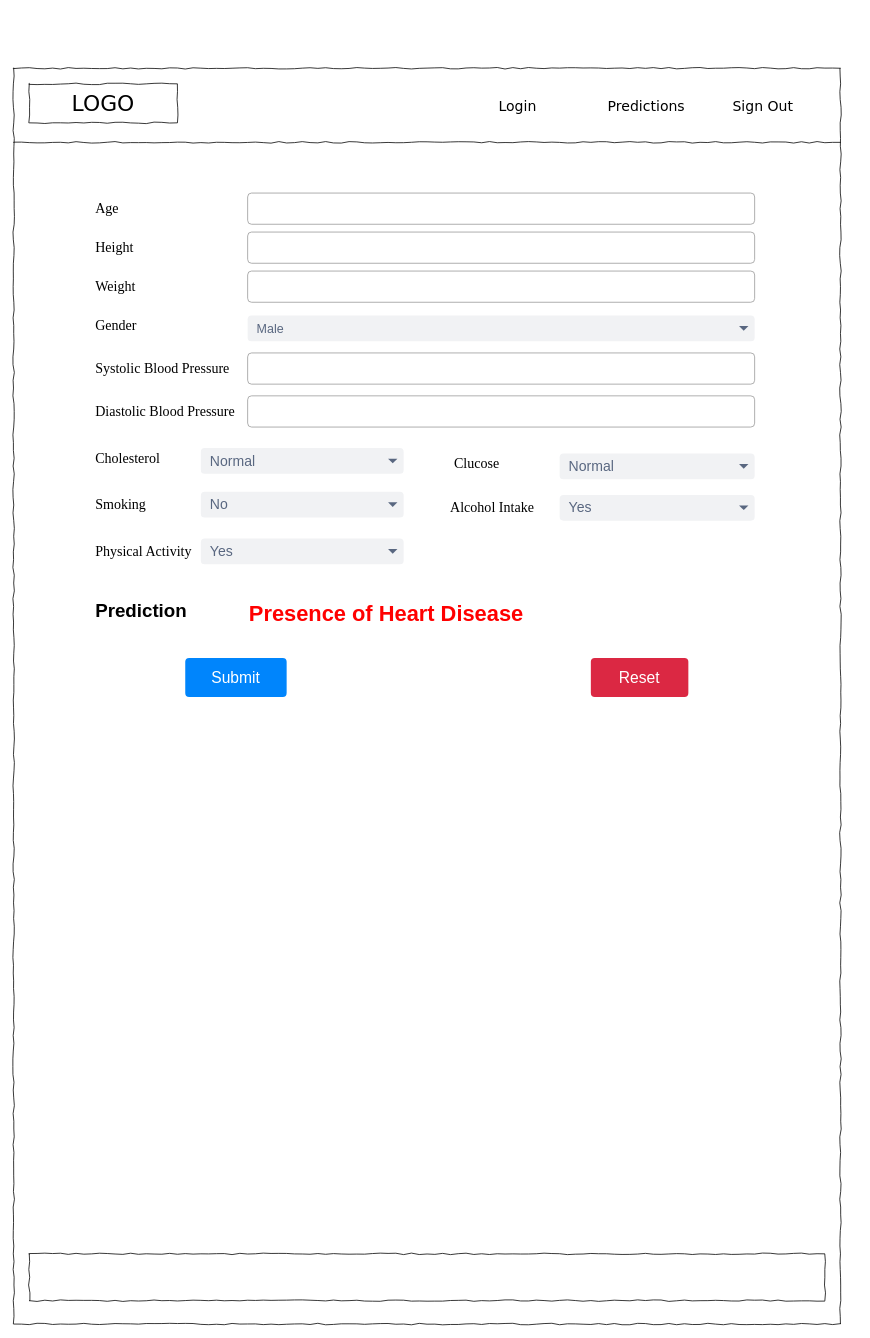
SheeNigami/heart-disease-predictor keeps this draw.io diagram as wireframes/Main Prediction Page.drawio. Above is the earlier version. Source tidied: cells renumbered, new cells numbered last; positions are measured from the earlier drawing's top-left corner, leaving out a move shared by most shapes. Both pictures are drawn from the tidied source at 78%, with x=0, y=0 at pixel (13, 68).
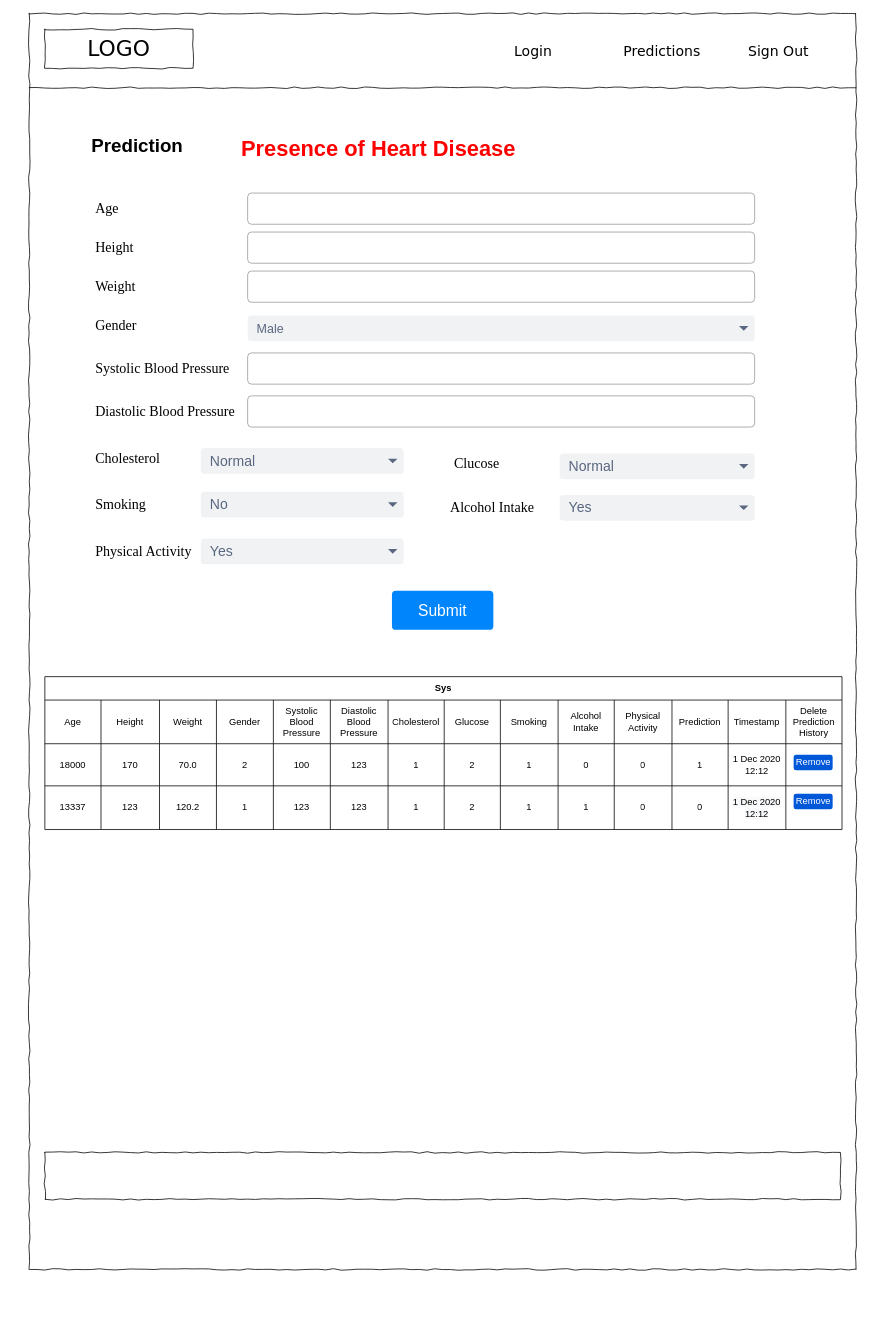
Above is the later version.

The edit, as a diff of the source:
```diff
@@
     <mxCell id="2" style="whiteSpace=wrap;html=1;rounded=0;shadow=0;labelBackgroundColor=none;strokeColor=#000000;strokeWidth=1;fillColor=none;fontFamily=Verdana;fontSize=12;fontColor=#000000;align=center;comic=1;" parent="1" vertex="1">
-      <mxGeometry width="1060" height="1610" as="geometry" />
+      <mxGeometry x="20" y="-70" width="1060" height="1610" as="geometry" />
     </mxCell>
     <mxCell id="3" value="LOGO" style="whiteSpace=wrap;html=1;rounded=0;shadow=0;labelBackgroundColor=none;strokeWidth=1;fontFamily=Verdana;fontSize=28;align=center;comic=1;" parent="1" vertex="1">
-      <mxGeometry x="20" y="20" width="190" height="50" as="geometry" />
+      <mxGeometry x="40" y="-50" width="190" height="50" as="geometry" />
     </mxCell>
     <mxCell id="4" style="line;strokeWidth=1;html=1;rounded=0;shadow=0;labelBackgroundColor=none;fillColor=none;fontFamily=Verdana;fontSize=14;fontColor=#000000;align=center;comic=1;" parent="1" vertex="1">
-      <mxGeometry y="90" width="1060" height="10" as="geometry" />
+      <mxGeometry x="20" y="20" width="1060" height="10" as="geometry" />
     </mxCell>
     <mxCell id="5" value="Login" style="text;html=1;align=left;verticalAlign=top;spacingTop=-4;fontSize=18;fontFamily=Verdana;" parent="1" vertex="1">
-      <mxGeometry x="620" y="35" width="60" height="20" as="geometry" />
+      <mxGeometry x="640" y="-35" width="60" height="20" as="geometry" />
     </mxCell>
     <mxCell id="6" value="Predictions" style="text;html=1;align=left;verticalAlign=top;spacingTop=-4;fontSize=18;fontFamily=Verdana;" parent="1" vertex="1">
-      <mxGeometry x="760" y="35" width="60" height="20" as="geometry" />
+      <mxGeometry x="780" y="-35" width="60" height="20" as="geometry" />
     </mxCell>
     <mxCell id="7" value="Sign Out" style="text;html=1;align=left;verticalAlign=top;spacingTop=-4;fontSize=18;fontFamily=Verdana;" parent="1" vertex="1">
-      <mxGeometry x="920" y="35" width="60" height="20" as="geometry" />
+      <mxGeometry x="940" y="-35" width="60" height="20" as="geometry" />
     </mxCell>
     <mxCell id="8" value="&lt;div style=&quot;text-align: justify&quot;&gt;&lt;br&gt;&lt;/div&gt;" style="whiteSpace=wrap;html=1;rounded=0;shadow=0;labelBackgroundColor=none;strokeWidth=1;fillColor=none;fontFamily=Verdana;fontSize=12;align=center;verticalAlign=top;spacing=10;comic=1;" parent="1" vertex="1">
-      <mxGeometry x="20" y="1520" width="1020" height="60" as="geometry" />
+      <mxGeometry x="40" y="1390" width="1020" height="60" as="geometry" />
     </mxCell>
@@
-    <mxCell id="25" value="&lt;font style=&quot;font-size: 20px&quot;&gt;Reset&lt;/font&gt;" style="html=1;shadow=0;dashed=0;shape=mxgraph.bootstrap.rrect;rSize=5;strokeColor=none;strokeWidth=1;fillColor=#DB2843;fontColor=#FFFFFF;whiteSpace=wrap;align=center;verticalAlign=middle;spacingLeft=0;fontStyle=0;fontSize=16;spacing=5;" parent="1" vertex="1">
-      <mxGeometry x="740" y="756" width="125" height="50" as="geometry" />
-    </mxCell>
     <mxCell id="26" value="&lt;font style=&quot;font-size: 20px&quot;&gt;Submit&lt;/font&gt;" style="html=1;shadow=0;dashed=0;shape=mxgraph.bootstrap.rrect;rSize=5;strokeColor=none;strokeWidth=1;fillColor=#0085FC;fontColor=#FFFFFF;whiteSpace=wrap;align=center;verticalAlign=middle;spacingLeft=0;fontStyle=0;fontSize=16;spacing=5;" parent="1" vertex="1">
-      <mxGeometry x="220" y="756" width="130" height="50" as="geometry" />
+      <mxGeometry x="485" y="670" width="130" height="50" as="geometry" />
     </mxCell>
     <mxCell id="27" value="Prediction" style="strokeColor=none;fillColor=none;whiteSpace=wrap;align=left;verticalAlign=middle;fontStyle=1;fontSize=24;spacing=15;" parent="1" vertex="1">
-      <mxGeometry x="90" y="656" width="220" height="80" as="geometry" />
+      <mxGeometry x="85" y="60" width="220" height="80" as="geometry" />
     </mxCell>
     <mxCell id="28" value="Presence of Heart Disease" style="strokeColor=none;fillColor=none;align=left;verticalAlign=middle;fontStyle=1;fontSize=28;fontColor=#FF0000;" parent="1" vertex="1">
-      <mxGeometry x="300" y="666" width="600" height="60" as="geometry" />
+      <mxGeometry x="290" y="70" width="600" height="60" as="geometry" />
     </mxCell>
@@
+    <mxCell id="41" value="Sys" style="shape=table;html=1;whiteSpace=wrap;startSize=30;childLayout=tableLayout;fontStyle=1;align=center;" parent="1" vertex="1">
+      <mxGeometry x="40" y="780" width="1022" height="196" as="geometry" />
+    </mxCell>
+    <mxCell id="42" style="shape=partialRectangle;html=1;whiteSpace=wrap;fillColor=none;top=0;left=0;bottom=0;right=0;" parent="41" vertex="1">
+      <mxGeometry y="30" width="1022" height="56" as="geometry" />
+    </mxCell>
+    <mxCell id="43" value="Age" style="shape=partialRectangle;html=1;whiteSpace=wrap;fillColor=none;top=0;left=0;bottom=0;right=0;overflow=hidden;" parent="42" vertex="1">
+      <mxGeometry width="72" height="56" as="geometry" />
+    </mxCell>
+    <mxCell id="44" value="Height" style="shape=partialRectangle;html=1;whiteSpace=wrap;fillColor=none;top=0;left=0;bottom=0;right=0;overflow=hidden;" parent="42" vertex="1">
+      <mxGeometry x="72" width="75" height="56" as="geometry" />
+    </mxCell>
+    <mxCell id="45" value="Weight" style="shape=partialRectangle;html=1;whiteSpace=wrap;fillColor=none;top=0;left=0;bottom=0;right=0;overflow=hidden;" parent="42" vertex="1">
+      <mxGeometry x="147" width="73" height="56" as="geometry" />
+    </mxCell>
+    <mxCell id="46" value="Gender" style="shape=partialRectangle;html=1;whiteSpace=wrap;fillColor=none;top=0;left=0;bottom=0;right=0;overflow=hidden;" parent="42" vertex="1">
+      <mxGeometry x="220" width="73" height="56" as="geometry" />
+    </mxCell>
+    <mxCell id="47" value="Systolic Blood Pressure" style="shape=partialRectangle;html=1;whiteSpace=wrap;fillColor=none;top=0;left=0;bottom=0;right=0;overflow=hidden;" parent="42" vertex="1">
+      <mxGeometry x="293" width="73" height="56" as="geometry" />
+    </mxCell>
+    <mxCell id="48" value="Diastolic Blood Pressure" style="shape=partialRectangle;html=1;whiteSpace=wrap;fillColor=none;top=0;left=0;bottom=0;right=0;overflow=hidden;" parent="42" vertex="1">
+      <mxGeometry x="366" width="74" height="56" as="geometry" />
+    </mxCell>
+    <mxCell id="49" value="Cholesterol" style="shape=partialRectangle;html=1;whiteSpace=wrap;fillColor=none;top=0;left=0;bottom=0;right=0;overflow=hidden;" parent="42" vertex="1">
+      <mxGeometry x="440" width="72" height="56" as="geometry" />
+    </mxCell>
+    <mxCell id="50" value="Glucose" style="shape=partialRectangle;html=1;whiteSpace=wrap;fillColor=none;top=0;left=0;bottom=0;right=0;overflow=hidden;" parent="42" vertex="1">
+      <mxGeometry x="512" width="72" height="56" as="geometry" />
+    </mxCell>
+    <mxCell id="51" value="Smoking" style="shape=partialRectangle;html=1;whiteSpace=wrap;fillColor=none;top=0;left=0;bottom=0;right=0;overflow=hidden;" parent="42" vertex="1">
+      <mxGeometry x="584" width="74" height="56" as="geometry" />
+    </mxCell>
+    <mxCell id="52" value="Alcohol Intake" style="shape=partialRectangle;html=1;whiteSpace=wrap;fillColor=none;top=0;left=0;bottom=0;right=0;overflow=hidden;" parent="42" vertex="1">
+      <mxGeometry x="658" width="72" height="56" as="geometry" />
+    </mxCell>
+    <mxCell id="53" value="Physical Activity" style="shape=partialRectangle;html=1;whiteSpace=wrap;fillColor=none;top=0;left=0;bottom=0;right=0;overflow=hidden;" parent="42" vertex="1">
+      <mxGeometry x="730" width="74" height="56" as="geometry" />
+    </mxCell>
+    <mxCell id="54" value="Prediction" style="shape=partialRectangle;html=1;whiteSpace=wrap;fillColor=none;top=0;left=0;bottom=0;right=0;overflow=hidden;" parent="42" vertex="1">
+      <mxGeometry x="804" width="72" height="56" as="geometry" />
+    </mxCell>
+    <mxCell id="55" value="Timestamp" style="shape=partialRectangle;html=1;whiteSpace=wrap;fillColor=none;top=0;left=0;bottom=0;right=0;overflow=hidden;" parent="42" vertex="1">
+      <mxGeometry x="876" width="74" height="56" as="geometry" />
+    </mxCell>
+    <mxCell id="56" value="Delete Prediction History" style="shape=partialRectangle;html=1;whiteSpace=wrap;fillColor=none;top=0;left=0;bottom=0;right=0;overflow=hidden;" parent="42" vertex="1">
+      <mxGeometry x="950" width="72" height="56" as="geometry" />
+    </mxCell>
+    <mxCell id="57" style="shape=partialRectangle;html=1;whiteSpace=wrap;fillColor=none;top=0;left=0;bottom=0;right=0;" parent="41" vertex="1">
+      <mxGeometry y="86" width="1022" height="54" as="geometry" />
+    </mxCell>
+    <mxCell id="58" value="18000" style="shape=partialRectangle;html=1;whiteSpace=wrap;fillColor=none;top=0;left=0;bottom=0;right=0;overflow=hidden;" parent="57" vertex="1">
+      <mxGeometry width="72" height="54" as="geometry" />
+    </mxCell>
+    <mxCell id="59" value="170" style="shape=partialRectangle;html=1;whiteSpace=wrap;fillColor=none;top=0;left=0;bottom=0;right=0;overflow=hidden;" parent="57" vertex="1">
+      <mxGeometry x="72" width="75" height="54" as="geometry" />
+    </mxCell>
+    <mxCell id="60" value="70.0" style="shape=partialRectangle;html=1;whiteSpace=wrap;fillColor=none;top=0;left=0;bottom=0;right=0;overflow=hidden;" parent="57" vertex="1">
+      <mxGeometry x="147" width="73" height="54" as="geometry" />
+    </mxCell>
+    <mxCell id="61" value="2" style="shape=partialRectangle;html=1;whiteSpace=wrap;fillColor=none;top=0;left=0;bottom=0;right=0;overflow=hidden;" parent="57" vertex="1">
+      <mxGeometry x="220" width="73" height="54" as="geometry" />
+    </mxCell>
+    <mxCell id="62" value="100" style="shape=partialRectangle;html=1;whiteSpace=wrap;fillColor=none;top=0;left=0;bottom=0;right=0;overflow=hidden;" parent="57" vertex="1">
+      <mxGeometry x="293" width="73" height="54" as="geometry" />
+    </mxCell>
+    <mxCell id="63" value="123" style="shape=partialRectangle;html=1;whiteSpace=wrap;fillColor=none;top=0;left=0;bottom=0;right=0;overflow=hidden;" parent="57" vertex="1">
+      <mxGeometry x="366" width="74" height="54" as="geometry" />
+    </mxCell>
+    <mxCell id="64" value="1" style="shape=partialRectangle;html=1;whiteSpace=wrap;fillColor=none;top=0;left=0;bottom=0;right=0;overflow=hidden;" parent="57" vertex="1">
+      <mxGeometry x="440" width="72" height="54" as="geometry" />
+    </mxCell>
+    <mxCell id="65" value="2" style="shape=partialRectangle;html=1;whiteSpace=wrap;fillColor=none;top=0;left=0;bottom=0;right=0;overflow=hidden;" parent="57" vertex="1">
+      <mxGeometry x="512" width="72" height="54" as="geometry" />
+    </mxCell>
+    <mxCell id="66" value="1" style="shape=partialRectangle;html=1;whiteSpace=wrap;fillColor=none;top=0;left=0;bottom=0;right=0;overflow=hidden;" parent="57" vertex="1">
+      <mxGeometry x="584" width="74" height="54" as="geometry" />
+    </mxCell>
+    <mxCell id="67" value="0" style="shape=partialRectangle;html=1;whiteSpace=wrap;fillColor=none;top=0;left=0;bottom=0;right=0;overflow=hidden;" parent="57" vertex="1">
+      <mxGeometry x="658" width="72" height="54" as="geometry" />
+    </mxCell>
+    <mxCell id="68" value="0" style="shape=partialRectangle;html=1;whiteSpace=wrap;fillColor=none;top=0;left=0;bottom=0;right=0;overflow=hidden;" parent="57" vertex="1">
+      <mxGeometry x="730" width="74" height="54" as="geometry" />
+    </mxCell>
+    <mxCell id="69" value="1" style="shape=partialRectangle;html=1;whiteSpace=wrap;fillColor=none;top=0;left=0;bottom=0;right=0;overflow=hidden;" parent="57" vertex="1">
+      <mxGeometry x="804" width="72" height="54" as="geometry" />
+    </mxCell>
+    <mxCell id="70" value="&lt;span&gt;1 Dec 2020&lt;/span&gt;&lt;br&gt;&lt;span&gt;12:12&lt;/span&gt;" style="shape=partialRectangle;html=1;whiteSpace=wrap;fillColor=none;top=0;left=0;bottom=0;right=0;overflow=hidden;" parent="57" vertex="1">
+      <mxGeometry x="876" width="74" height="54" as="geometry" />
+    </mxCell>
+    <mxCell id="71" style="shape=partialRectangle;html=1;whiteSpace=wrap;fillColor=none;top=0;left=0;bottom=0;right=0;overflow=hidden;" parent="57" vertex="1">
+      <mxGeometry x="950" width="72" height="54" as="geometry" />
+    </mxCell>
+    <mxCell id="72" style="shape=partialRectangle;html=1;whiteSpace=wrap;fillColor=none;top=0;left=0;bottom=0;right=0;" parent="41" vertex="1">
+      <mxGeometry y="140" width="1022" height="56" as="geometry" />
+    </mxCell>
+    <mxCell id="73" value="13337" style="shape=partialRectangle;html=1;whiteSpace=wrap;fillColor=none;top=0;left=0;bottom=0;right=0;overflow=hidden;" parent="72" vertex="1">
+      <mxGeometry width="72" height="56" as="geometry" />
+    </mxCell>
+    <mxCell id="74" value="123" style="shape=partialRectangle;html=1;whiteSpace=wrap;fillColor=none;top=0;left=0;bottom=0;right=0;overflow=hidden;" parent="72" vertex="1">
+      <mxGeometry x="72" width="75" height="56" as="geometry" />
+    </mxCell>
+    <mxCell id="75" value="120.2" style="shape=partialRectangle;html=1;whiteSpace=wrap;fillColor=none;top=0;left=0;bottom=0;right=0;overflow=hidden;" parent="72" vertex="1">
+      <mxGeometry x="147" width="73" height="56" as="geometry" />
+    </mxCell>
+    <mxCell id="76" value="1" style="shape=partialRectangle;html=1;whiteSpace=wrap;fillColor=none;top=0;left=0;bottom=0;right=0;overflow=hidden;" parent="72" vertex="1">
+      <mxGeometry x="220" width="73" height="56" as="geometry" />
+    </mxCell>
+    <mxCell id="77" value="123" style="shape=partialRectangle;html=1;whiteSpace=wrap;fillColor=none;top=0;left=0;bottom=0;right=0;overflow=hidden;" parent="72" vertex="1">
+      <mxGeometry x="293" width="73" height="56" as="geometry" />
+    </mxCell>
+    <mxCell id="78" value="123" style="shape=partialRectangle;html=1;whiteSpace=wrap;fillColor=none;top=0;left=0;bottom=0;right=0;overflow=hidden;" parent="72" vertex="1">
+      <mxGeometry x="366" width="74" height="56" as="geometry" />
+    </mxCell>
+    <mxCell id="79" value="1" style="shape=partialRectangle;html=1;whiteSpace=wrap;fillColor=none;top=0;left=0;bottom=0;right=0;overflow=hidden;" parent="72" vertex="1">
+      <mxGeometry x="440" width="72" height="56" as="geometry" />
+    </mxCell>
+    <mxCell id="80" value="2" style="shape=partialRectangle;html=1;whiteSpace=wrap;fillColor=none;top=0;left=0;bottom=0;right=0;overflow=hidden;" parent="72" vertex="1">
+      <mxGeometry x="512" width="72" height="56" as="geometry" />
+    </mxCell>
+    <mxCell id="81" value="1" style="shape=partialRectangle;html=1;whiteSpace=wrap;fillColor=none;top=0;left=0;bottom=0;right=0;overflow=hidden;" parent="72" vertex="1">
+      <mxGeometry x="584" width="74" height="56" as="geometry" />
+    </mxCell>
+    <mxCell id="82" value="1" style="shape=partialRectangle;html=1;whiteSpace=wrap;fillColor=none;top=0;left=0;bottom=0;right=0;overflow=hidden;" parent="72" vertex="1">
+      <mxGeometry x="658" width="72" height="56" as="geometry" />
+    </mxCell>
+    <mxCell id="83" value="0" style="shape=partialRectangle;html=1;whiteSpace=wrap;fillColor=none;top=0;left=0;bottom=0;right=0;overflow=hidden;" parent="72" vertex="1">
+      <mxGeometry x="730" width="74" height="56" as="geometry" />
+    </mxCell>
+    <mxCell id="84" value="0" style="shape=partialRectangle;html=1;whiteSpace=wrap;fillColor=none;top=0;left=0;bottom=0;right=0;overflow=hidden;" parent="72" vertex="1">
+      <mxGeometry x="804" width="72" height="56" as="geometry" />
+    </mxCell>
+    <mxCell id="85" value="&lt;span style=&quot;color: rgb(0, 0, 0); font-family: helvetica; font-size: 12px; font-style: normal; font-weight: 400; letter-spacing: normal; text-align: center; text-indent: 0px; text-transform: none; word-spacing: 0px; background-color: rgb(248, 249, 250); display: inline; float: none;&quot;&gt;1 Dec 2020&lt;/span&gt;&lt;br style=&quot;color: rgb(0, 0, 0); font-family: helvetica; font-size: 12px; font-style: normal; font-weight: 400; letter-spacing: normal; text-align: center; text-indent: 0px; text-transform: none; word-spacing: 0px; background-color: rgb(248, 249, 250);&quot;&gt;&lt;span style=&quot;color: rgb(0, 0, 0); font-family: helvetica; font-size: 12px; font-style: normal; font-weight: 400; letter-spacing: normal; text-align: center; text-indent: 0px; text-transform: none; word-spacing: 0px; background-color: rgb(248, 249, 250); display: inline; float: none;&quot;&gt;12:12&lt;/span&gt;" style="shape=partialRectangle;html=1;whiteSpace=wrap;fillColor=none;top=0;left=0;bottom=0;right=0;overflow=hidden;" parent="72" vertex="1">
+      <mxGeometry x="876" width="74" height="56" as="geometry" />
+    </mxCell>
+    <mxCell id="86" style="shape=partialRectangle;html=1;whiteSpace=wrap;fillColor=none;top=0;left=0;bottom=0;right=0;overflow=hidden;" parent="72" vertex="1">
+      <mxGeometry x="950" width="72" height="56" as="geometry" />
+    </mxCell>
+    <mxCell id="87" style="edgeStyle=orthogonalEdgeStyle;rounded=0;orthogonalLoop=1;jettySize=auto;html=1;exitX=0.5;exitY=1;exitDx=0;exitDy=0;" parent="1" edge="1" source="2" target="2">
+      <mxGeometry relative="1" as="geometry" />
+    </mxCell>
+    <mxCell id="88" value="Remove" style="rounded=1;fillColor=#0057D8;align=center;strokeColor=none;html=1;fontColor=#ffffff;fontSize=12;" parent="1" vertex="1">
+      <mxGeometry x="1000" y="880" width="50" height="20" as="geometry" />
+    </mxCell>
+    <mxCell id="89" value="Remove" style="rounded=1;fillColor=#0057D8;align=center;strokeColor=none;html=1;fontColor=#ffffff;fontSize=12;" parent="1" vertex="1">
+      <mxGeometry x="1000" y="930" width="50" height="20" as="geometry" />
+    </mxCell>
```
